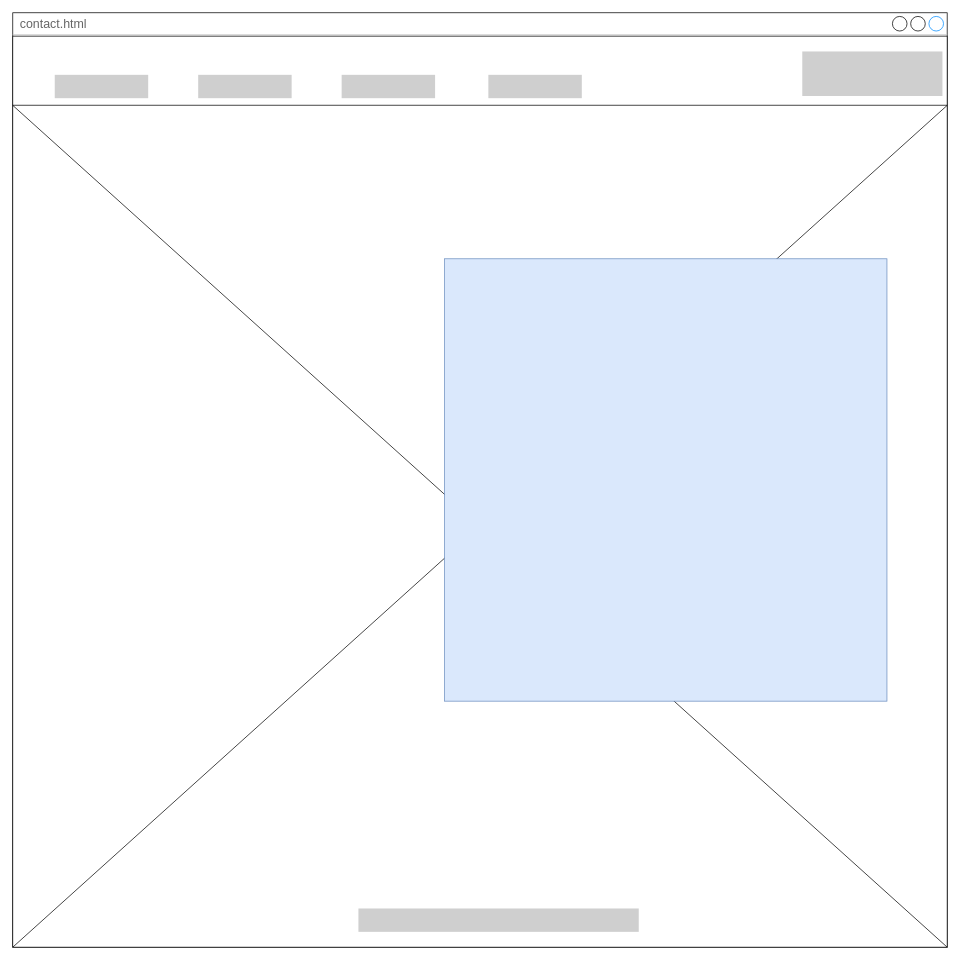
BenBenharrat/livraison03-yesweweb keeps this draw.io diagram as wireframes/desktop/contact-desktop.drawio. Above is the earlier version. Source tidied: cells renumbered, new cells numbered last; positions are measured from the earlier drawing's top-left corner, leaving out a move shared by most shapes. Both pictures are drawn from the tidied source at 73%, with x=0, y=0 at pixel (12, 12).
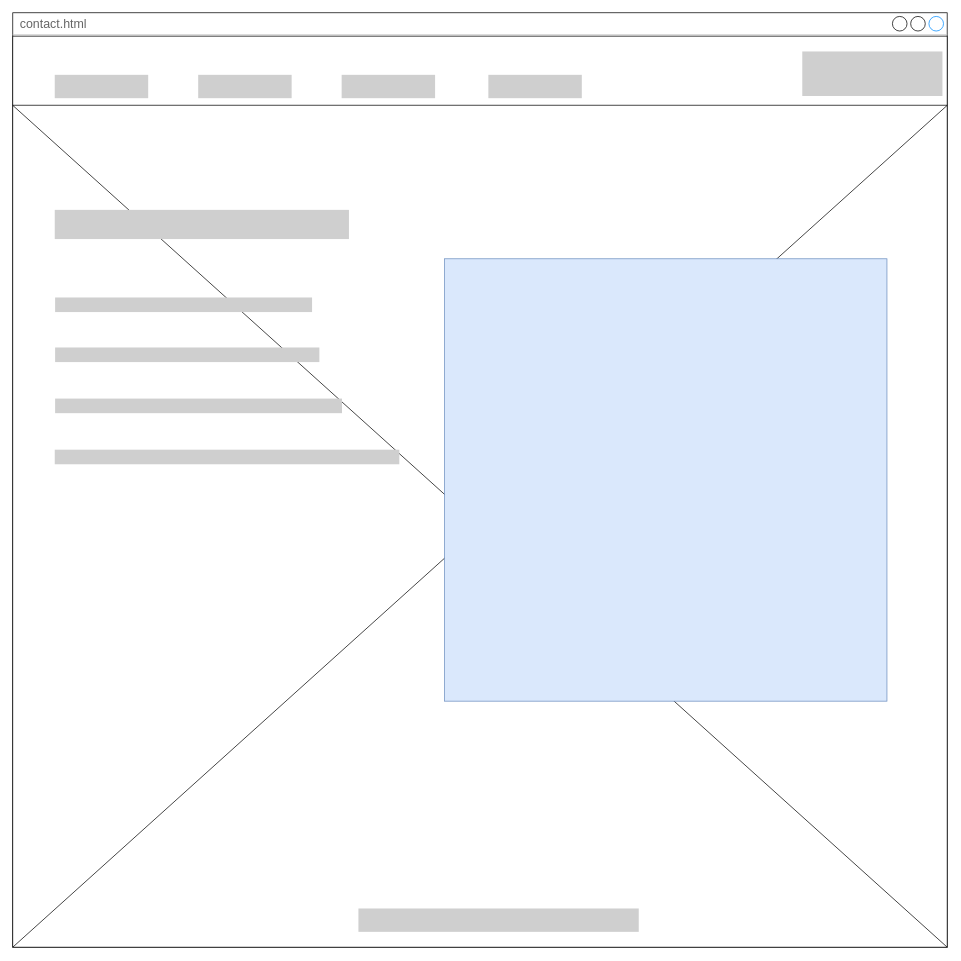
The same page after the edit.

Diff of the diagram source:
```diff
@@
 <mxGraphModel>
   <root>
     <mxCell id="0" />
     <mxCell id="1" parent="0" />
     <mxCell id="2" value="contact.html" style="strokeWidth=1;shadow=0;align=center;html=1;shape=mxgraph.mockup.containers.window;align=left;verticalAlign=top;spacingLeft=8;strokeColor2=#008cff;strokeColor3=#c4c4c4;fontColor=#666666;fillColor=#ffffff;mainText=;fontSize=17;labelBackgroundColor=none;gradientColor=none;" parent="1" vertex="1">
       <mxGeometry width="1280" height="1280" as="geometry" />
     </mxCell>
     <mxCell id="3" style="rounded=0;whiteSpace=wrap;html=1;shadow=0;glass=0;comic=0;strokeWidth=1;gradientColor=none;fontSize=17;fontColor=#666666;align=left;" parent="1" vertex="1">
       <mxGeometry y="32" width="1280" height="1248" as="geometry" />
     </mxCell>
     <mxCell id="4" style="rounded=0;whiteSpace=wrap;html=1;shadow=0;glass=0;comic=0;strokeWidth=1;fontSize=17;fontColor=#333333;align=left;strokeColor=none;fillColor=#CFCFCF;" parent="1" vertex="1">
       <mxGeometry x="57.5" y="85" width="128" height="32" as="geometry" />
     </mxCell>
     <mxCell id="5" style="rounded=0;whiteSpace=wrap;html=1;shadow=0;glass=0;comic=0;strokeWidth=1;fontSize=17;fontColor=#333333;align=left;strokeColor=none;fillColor=#CFCFCF;" parent="1" vertex="1">
       <mxGeometry x="254" y="85" width="128" height="32" as="geometry" />
     </mxCell>
     <mxCell id="6" style="rounded=0;whiteSpace=wrap;html=1;shadow=0;glass=0;comic=0;strokeWidth=1;fontSize=17;fontColor=#333333;align=left;strokeColor=none;fillColor=#CFCFCF;" parent="1" vertex="1">
       <mxGeometry x="450.5" y="85" width="128" height="32" as="geometry" />
     </mxCell>
     <mxCell id="7" style="rounded=0;whiteSpace=wrap;html=1;shadow=0;glass=0;comic=0;strokeWidth=1;fontSize=17;fontColor=#333333;align=left;strokeColor=none;fillColor=#CFCFCF;" parent="1" vertex="1">
       <mxGeometry x="651.5" y="85" width="128" height="32" as="geometry" />
     </mxCell>
     <mxCell id="8" style="rounded=0;whiteSpace=wrap;html=1;shadow=0;glass=0;comic=0;strokeWidth=1;fontSize=17;fontColor=#333333;align=left;strokeColor=none;fillColor=#CFCFCF;" parent="1" vertex="1">
       <mxGeometry x="473.5" y="1227" width="384" height="32" as="geometry" />
     </mxCell>
     <mxCell id="9" style="rounded=0;whiteSpace=wrap;html=1;shadow=0;glass=0;comic=0;strokeWidth=1;fontSize=17;fontColor=#333333;align=left;strokeColor=none;fillColor=#CFCFCF;" parent="1" vertex="1">
       <mxGeometry x="1081.5" y="53" width="192" height="61" as="geometry" />
     </mxCell>
     <mxCell id="10" style="endArrow=none;html=1;fontSize=17;fontColor=#666666;entryX=1;entryY=0.099;entryDx=0;entryDy=0;entryPerimeter=0;exitX=0;exitY=0.099;exitDx=0;exitDy=0;exitPerimeter=0;" parent="1" edge="1" source="2" target="2">
       <mxGeometry relative="1" as="geometry" />
     </mxCell>
     <mxCell id="11" style="endArrow=none;html=1;exitX=1;exitY=1;exitDx=0;exitDy=0;exitPerimeter=0;entryX=0;entryY=0.076;entryDx=0;entryDy=0;entryPerimeter=0;" parent="1" edge="1" source="3" target="3">
       <mxGeometry relative="1" as="geometry" />
     </mxCell>
     <mxCell id="12" style="endArrow=none;html=1;exitX=0;exitY=1;exitDx=0;exitDy=0;exitPerimeter=0;entryX=1;entryY=0.076;entryDx=0;entryDy=0;entryPerimeter=0;" parent="1" edge="1" source="3" target="3">
       <mxGeometry relative="1" as="geometry" />
     </mxCell>
     <mxCell id="13" style="whiteSpace=wrap;html=1;fillColor=#dae8fc;strokeColor=#6c8ebf;" parent="1" vertex="1">
       <mxGeometry x="591.5" y="337" width="606" height="606" as="geometry" />
     </mxCell>
+    <mxCell id="14" style="rounded=0;whiteSpace=wrap;html=1;shadow=0;glass=0;comic=0;strokeWidth=1;fontSize=17;fontColor=#333333;align=left;strokeColor=none;fillColor=#CFCFCF;" parent="1" vertex="1">
+      <mxGeometry x="57.5" y="270" width="403" height="40" as="geometry" />
+    </mxCell>
+    <mxCell id="15" style="rounded=0;whiteSpace=wrap;html=1;shadow=0;glass=0;comic=0;strokeWidth=1;fontSize=17;fontColor=#333333;align=left;strokeColor=none;fillColor=#CFCFCF;" parent="1" vertex="1">
+      <mxGeometry x="58" y="390" width="352" height="20" as="geometry" />
+    </mxCell>
+    <mxCell id="16" style="rounded=0;whiteSpace=wrap;html=1;shadow=0;glass=0;comic=0;strokeWidth=1;fontSize=17;fontColor=#333333;align=left;strokeColor=none;fillColor=#CFCFCF;" parent="1" vertex="1">
+      <mxGeometry x="58" y="458.5" width="362" height="20" as="geometry" />
+    </mxCell>
+    <mxCell id="17" style="rounded=0;whiteSpace=wrap;html=1;shadow=0;glass=0;comic=0;strokeWidth=1;fontSize=17;fontColor=#333333;align=left;strokeColor=none;fillColor=#CFCFCF;" parent="1" vertex="1">
+      <mxGeometry x="57.5" y="598.5" width="472" height="20" as="geometry" />
+    </mxCell>
+    <mxCell id="18" style="rounded=0;whiteSpace=wrap;html=1;shadow=0;glass=0;comic=0;strokeWidth=1;fontSize=17;fontColor=#333333;align=left;strokeColor=none;fillColor=#CFCFCF;" parent="1" vertex="1">
+      <mxGeometry x="58" y="528.5" width="393" height="20" as="geometry" />
+    </mxCell>
   </root>
 </mxGraphModel>
```
